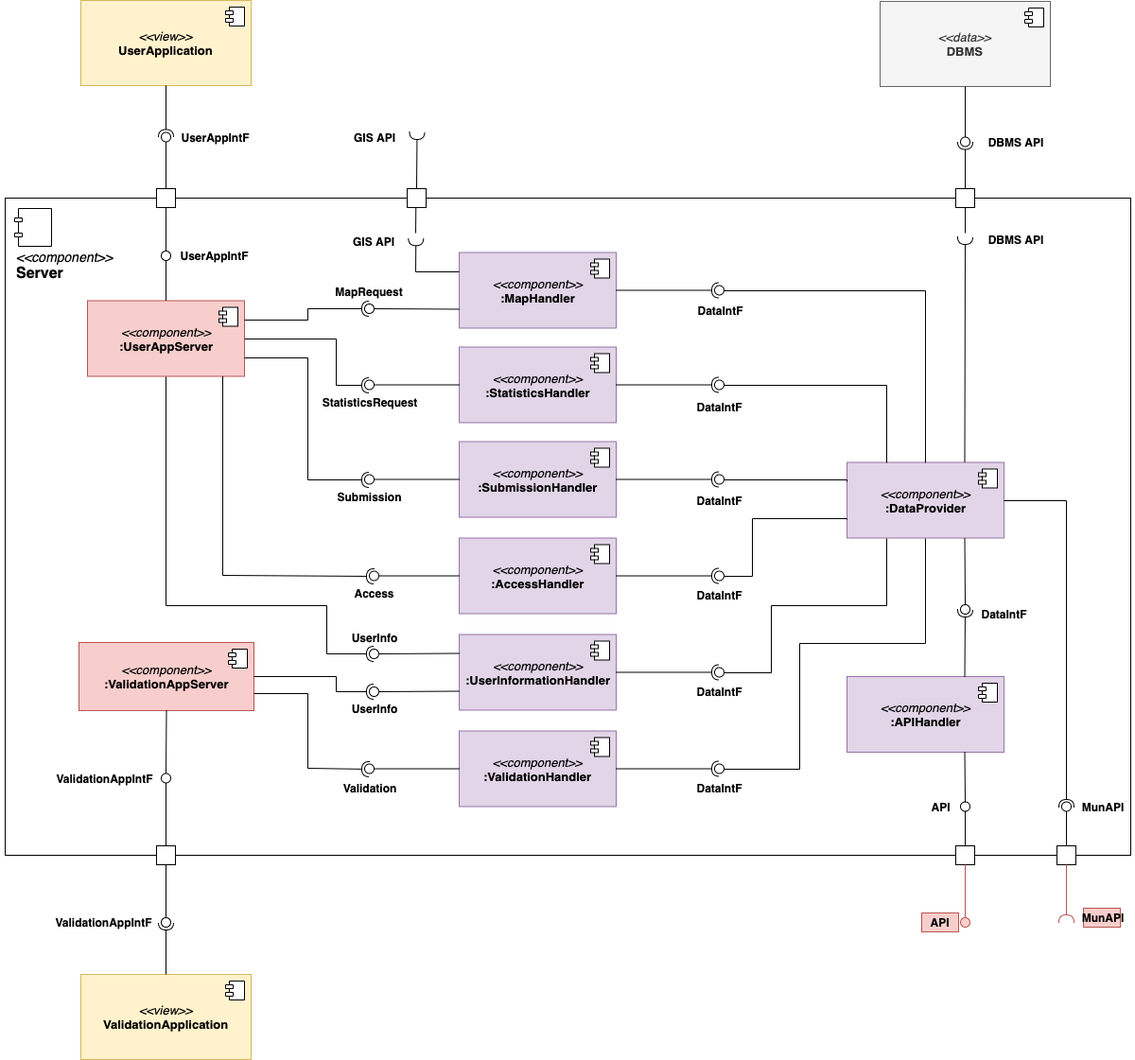
Above: Releases/DD/img/diagrams/deployComponent.png in amecava/safestreets (draw.io), before the change. Source tidied: cells renumbered, new cells last; positions are measured from the earlier drawing's top-left corner, leaving out a move shared by most shapes.
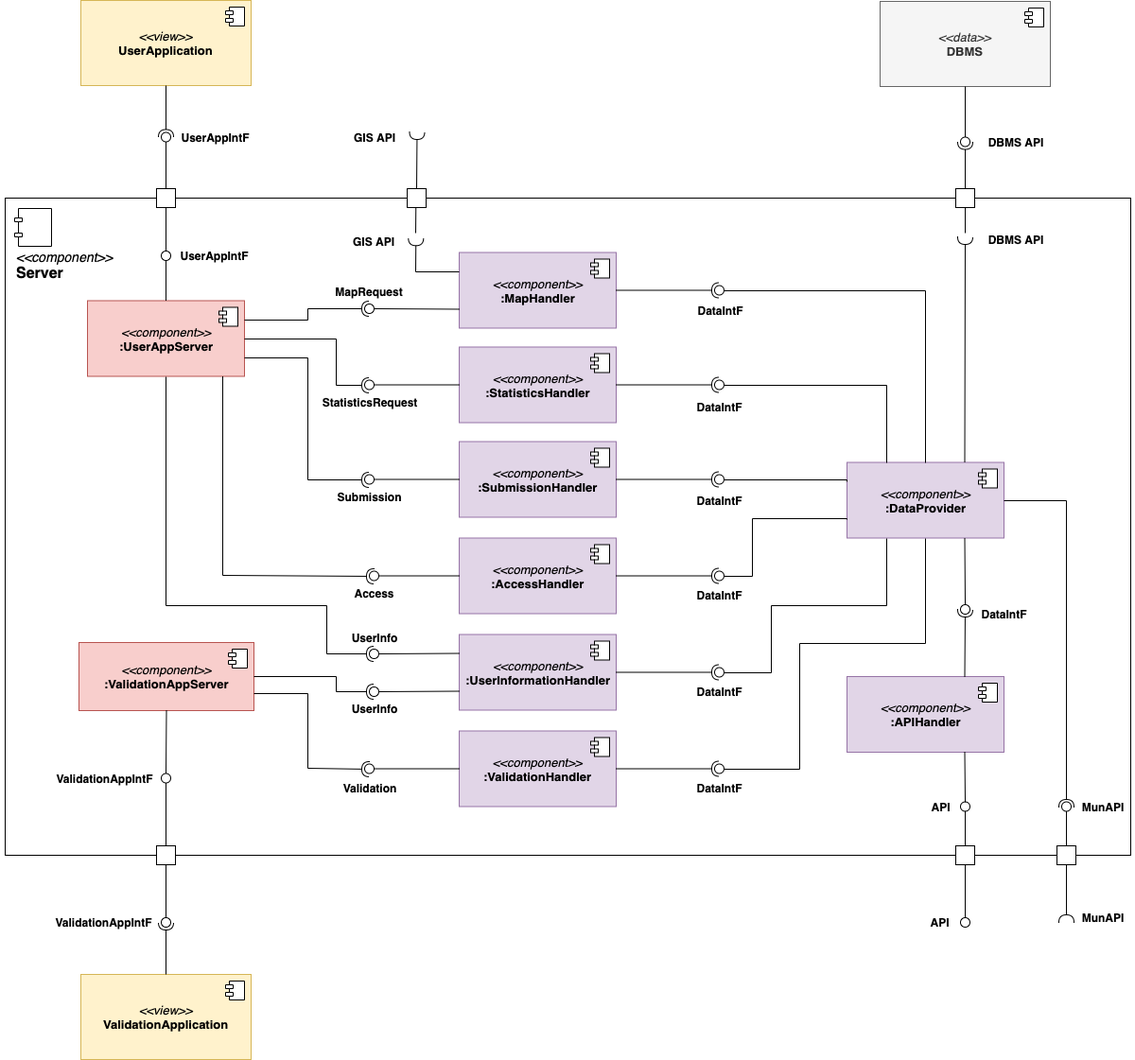
After the change.

Change to the diagram source:
```diff
@@ -448,10 +448,10 @@
     <mxCell id="117" style="whiteSpace=wrap;html=1;" parent="1" vertex="1">
       <mxGeometry x="1005" y="894" width="20" height="20" as="geometry" />
     </mxCell>
-    <mxCell id="118" style="rounded=0;jettySize=auto;html=1;endArrow=none;endFill=0;exitX=0.5;exitY=1;exitDx=0;exitDy=0;fillColor=#f8cecc;strokeColor=#b85450;" parent="1" edge="1" source="117" target="119">
+    <mxCell id="118" style="rounded=0;jettySize=auto;html=1;endArrow=none;endFill=0;exitX=0.5;exitY=1;exitDx=0;exitDy=0;" parent="1" edge="1" source="117" target="119">
       <mxGeometry relative="1" as="geometry" />
     </mxCell>
-    <mxCell id="119" style="ellipse;whiteSpace=wrap;html=1;fontFamily=Helvetica;fontSize=12;align=center;strokeColor=#b85450;fillColor=#f8cecc;points=[];" parent="1" vertex="1">
+    <mxCell id="119" style="ellipse;whiteSpace=wrap;html=1;fontFamily=Helvetica;fontSize=12;align=center;points=[];" parent="1" vertex="1">
       <mxGeometry x="1010" y="970" width="10" height="10" as="geometry" />
     </mxCell>
     <mxCell id="120" style="rounded=0;jettySize=auto;html=1;endArrow=none;endFill=0;exitX=0.5;exitY=0;exitDx=0;exitDy=0;entryX=0.5;entryY=0.967;entryDx=0;entryDy=0;entryPerimeter=0;" parent="1" edge="1" source="117" target="75">
@@ -468,7 +468,7 @@
     <mxCell id="123" style="whiteSpace=wrap;html=1;" parent="1" vertex="1">
       <mxGeometry x="425" y="199" width="20" height="20" as="geometry" />
     </mxCell>
-    <mxCell id="124" style="rounded=0;jettySize=auto;html=1;endArrow=halfCircle;endFill=0;endSize=6;strokeWidth=1;exitX=0.5;exitY=1;exitDx=0;exitDy=0;fillColor=#f8cecc;strokeColor=#b85450;" parent="1" edge="1" source="121">
+    <mxCell id="124" style="rounded=0;jettySize=auto;html=1;endArrow=halfCircle;endFill=0;endSize=6;strokeWidth=1;exitX=0.5;exitY=1;exitDx=0;exitDy=0;" parent="1" edge="1" source="121">
       <mxGeometry relative="1" as="geometry">
         <mxPoint x="1122" y="975" as="targetPoint" />
       </mxGeometry>
@@ -497,10 +497,10 @@
     <mxCell id="131" value="&lt;b&gt;ValidationAppIntF&lt;/b&gt;" style="text;html=1;strokeColor=none;fillColor=none;align=center;verticalAlign=middle;whiteSpace=wrap;rounded=0;" parent="1" vertex="1">
       <mxGeometry x="72" y="965" width="64" height="20" as="geometry" />
     </mxCell>
-    <mxCell id="132" value="&lt;b&gt;API&lt;/b&gt;" style="text;html=1;strokeColor=#b85450;fillColor=#f8cecc;align=center;verticalAlign=middle;whiteSpace=wrap;rounded=0;" parent="1" vertex="1">
+    <mxCell id="132" value="&lt;b&gt;API&lt;/b&gt;" style="text;html=1;align=center;verticalAlign=middle;whiteSpace=wrap;rounded=0;" parent="1" vertex="1">
       <mxGeometry x="969" y="965" width="39" height="20" as="geometry" />
     </mxCell>
-    <mxCell id="133" value="&lt;b&gt;MunAPI&lt;/b&gt;" style="text;html=1;strokeColor=#b85450;fillColor=#f8cecc;align=center;verticalAlign=middle;whiteSpace=wrap;rounded=0;" parent="1" vertex="1">
+    <mxCell id="133" value="&lt;b&gt;MunAPI&lt;/b&gt;" style="text;html=1;align=center;verticalAlign=middle;whiteSpace=wrap;rounded=0;" parent="1" vertex="1">
       <mxGeometry x="1140" y="960" width="39" height="20" as="geometry" />
     </mxCell>
   </root>
```
